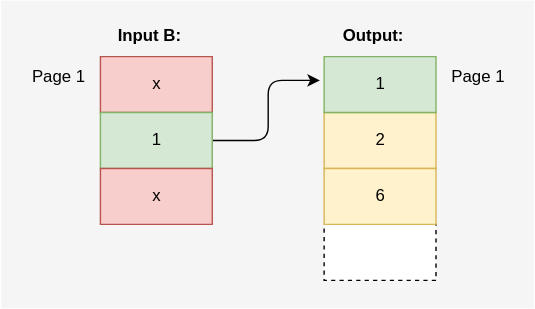
Above: images/MergeResponsesKomplexSolution2.svg in cwahlmann/searchadapter (draw.io), before the change. Source tidied: cells renumbered, new cells last; positions are measured from the earlier drawing's top-left corner, leaving out a move shared by most shapes.
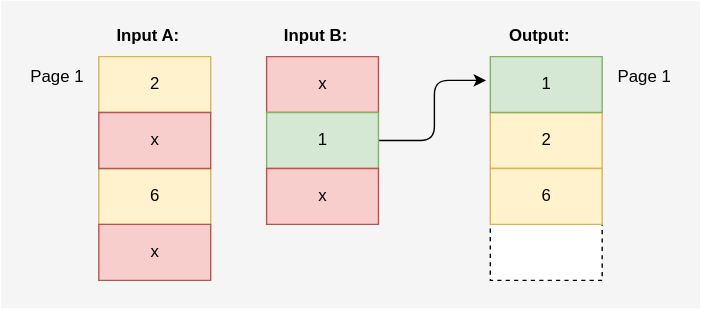
Later version of the same file.

What changed in the source:
```diff
@@ -3,7 +3,7 @@
     <mxCell id="0" />
     <mxCell id="1" parent="0" />
     <mxCell id="2" style="rounded=0;whiteSpace=wrap;html=1;fillColor=#f5f5f5;strokeColor=none;fontColor=#333333;" parent="1" vertex="1">
-      <mxGeometry width="381" height="220" as="geometry" />
+      <mxGeometry x="-119" width="500" height="220" as="geometry" />
     </mxCell>
     <mxCell id="3" value="x" style="verticalLabelPosition=middle;verticalAlign=middle;html=1;shape=mxgraph.basic.rect;fillColor2=none;strokeWidth=1;size=20;indent=5;labelPosition=center;align=center;fillColor=#f8cecc;strokeColor=#b85450;" parent="1" vertex="1">
       <mxGeometry x="71" y="40" width="80" height="40" as="geometry" />
@@ -20,9 +20,6 @@
     <mxCell id="7" value="x" style="verticalLabelPosition=middle;verticalAlign=middle;html=1;shape=mxgraph.basic.rect;fillColor2=none;strokeWidth=1;size=20;indent=5;labelPosition=center;align=center;fillColor=#f8cecc;strokeColor=#b85450;" parent="1" vertex="1">
       <mxGeometry x="71" y="120" width="80" height="40" as="geometry" />
     </mxCell>
-    <mxCell id="8" value="Page 1" style="text;html=1;align=center;verticalAlign=middle;strokeColor=none;fillColor=none;" parent="1" vertex="1">
-      <mxGeometry x="11" y="40" width="60" height="30" as="geometry" />
-    </mxCell>
     <mxCell id="9" value="Page 1" style="text;html=1;align=center;verticalAlign=middle;strokeColor=none;fillColor=none;" parent="1" vertex="1">
       <mxGeometry x="311" y="40" width="60" height="30" as="geometry" />
     </mxCell>
@@ -41,5 +38,23 @@
     <mxCell id="14" value="6" style="verticalLabelPosition=middle;verticalAlign=middle;html=1;shape=mxgraph.basic.rect;fillColor2=none;strokeWidth=1;size=20;indent=5;labelPosition=center;align=center;fillColor=#fff2cc;strokeColor=#d6b656;" parent="1" vertex="1">
       <mxGeometry x="231" y="120" width="80" height="40" as="geometry" />
     </mxCell>
+    <mxCell id="15" value="2" style="verticalLabelPosition=middle;verticalAlign=middle;html=1;shape=mxgraph.basic.rect;fillColor2=none;strokeWidth=1;size=20;indent=5;labelPosition=center;align=center;fillColor=#fff2cc;strokeColor=#d6b656;" parent="1" vertex="1">
+      <mxGeometry x="-49" y="40" width="80" height="40" as="geometry" />
+    </mxCell>
+    <mxCell id="16" value="6" style="verticalLabelPosition=middle;verticalAlign=middle;html=1;shape=mxgraph.basic.rect;fillColor2=none;strokeWidth=1;size=20;indent=5;labelPosition=center;align=center;fillColor=#fff2cc;strokeColor=#d6b656;" parent="1" vertex="1">
+      <mxGeometry x="-49" y="120" width="80" height="40" as="geometry" />
+    </mxCell>
+    <mxCell id="8" value="Page 1" style="text;html=1;align=center;verticalAlign=middle;strokeColor=none;fillColor=none;" parent="1" vertex="1">
+      <mxGeometry x="-109" y="40" width="60" height="30" as="geometry" />
+    </mxCell>
+    <mxCell id="17" value="x" style="verticalLabelPosition=middle;verticalAlign=middle;html=1;shape=mxgraph.basic.rect;fillColor2=none;strokeWidth=1;size=20;indent=5;labelPosition=center;align=center;fillColor=#f8cecc;strokeColor=#b85450;" parent="1" vertex="1">
+      <mxGeometry x="-49" y="80" width="80" height="40" as="geometry" />
+    </mxCell>
+    <mxCell id="18" value="x" style="verticalLabelPosition=middle;verticalAlign=middle;html=1;shape=mxgraph.basic.rect;fillColor2=none;strokeWidth=1;size=20;indent=5;labelPosition=center;align=center;fillColor=#f8cecc;strokeColor=#b85450;" parent="1" vertex="1">
+      <mxGeometry x="-49" y="160" width="80" height="40" as="geometry" />
+    </mxCell>
+    <mxCell id="19" value="&lt;b&gt;Input A:&lt;/b&gt;" style="text;html=1;align=center;verticalAlign=middle;strokeColor=none;fillColor=none;" parent="1" vertex="1">
+      <mxGeometry x="-49" y="10" width="70" height="30" as="geometry" />
+    </mxCell>
   </root>
 </mxGraphModel>
```
